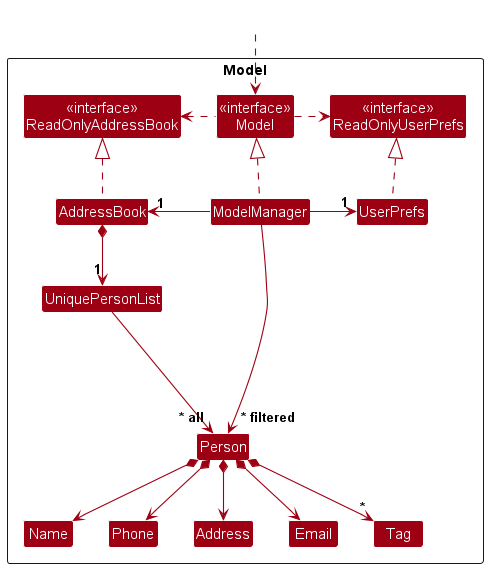
Above: docs/images/ModelClassDiagram.png in nus-cs2103-AY2425S1/tp (PlantUML), before the change.
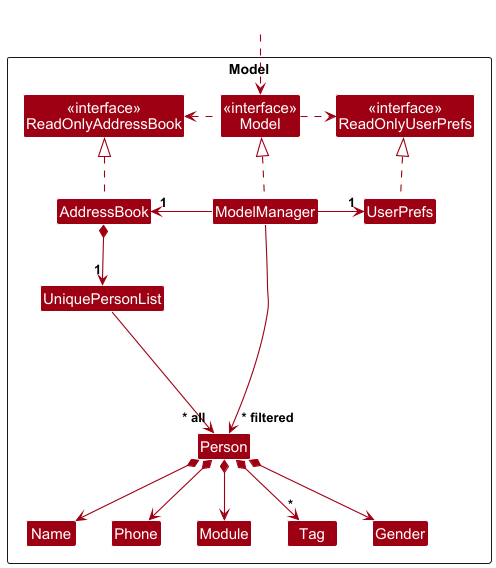
After the commit.

Commit message:
Update Model Component diagram

The edit, as a diff of the source:
```diff
@@ -14,11 +14,11 @@
 
 Class UniquePersonList
 Class Person
-Class Address
-Class Email
 Class Name
 Class Phone
+Class Module
 Class Tag
+Class Gender
 
 Class I #FFFFFF
 }
@@ -39,16 +39,14 @@
 UniquePersonList --> "~* all" Person
 Person *--> Name
 Person *--> Phone
-Person *--> Email
-Person *--> Address
+Person *--> Module
+Person *--> Gender
 Person *--> "*" Tag
 
 Person -[hidden]up--> I
 UniquePersonList -[hidden]right-> I
 
 Name -[hidden]right-> Phone
-Phone -[hidden]right-> Address
-Address -[hidden]right-> Email
 
 ModelManager --> "~* filtered" Person
 @enduml
```
